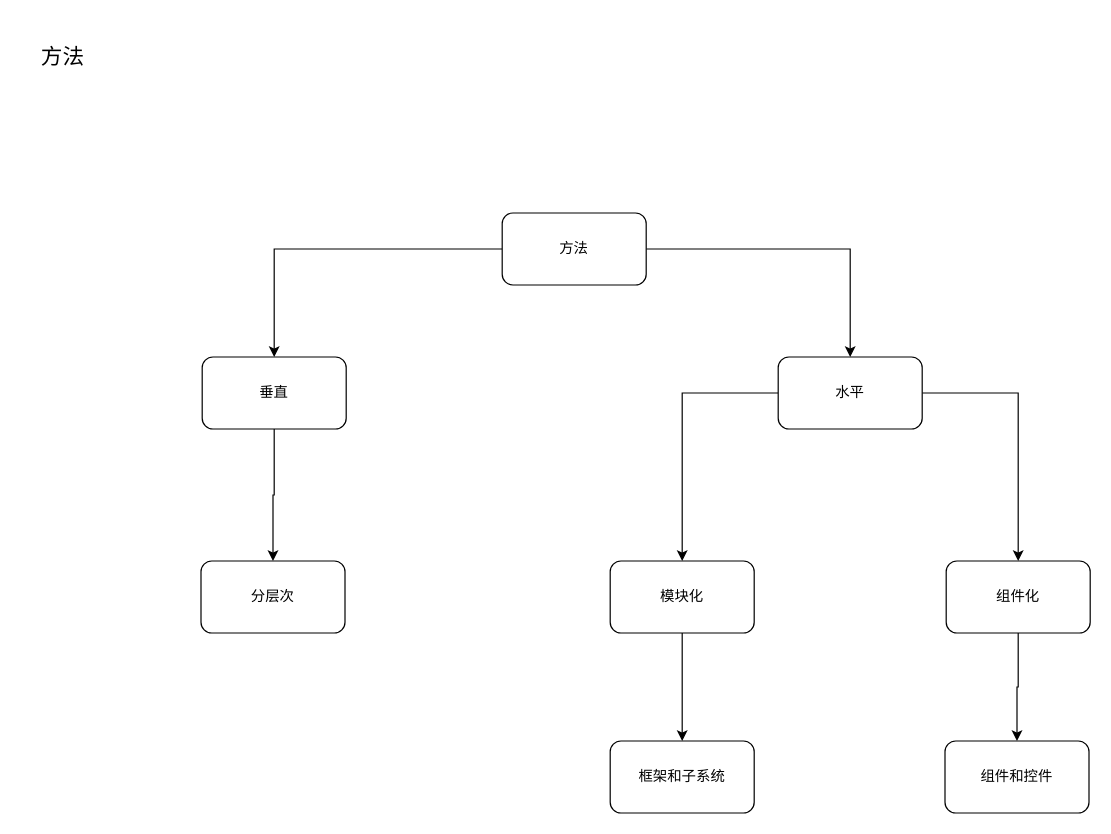
Above: page "第 2 页" (3 of 5) of architecture.drawio in cer-cer/notes (draw.io), before the change. Source tidied: cells renumbered, new cells numbered last; positions are measured from the earlier drawing's top-left corner, leaving out a move shared by most shapes. Both pictures are drawn from the tidied source at 120%, with x=0, y=0 at pixel (20, 20).
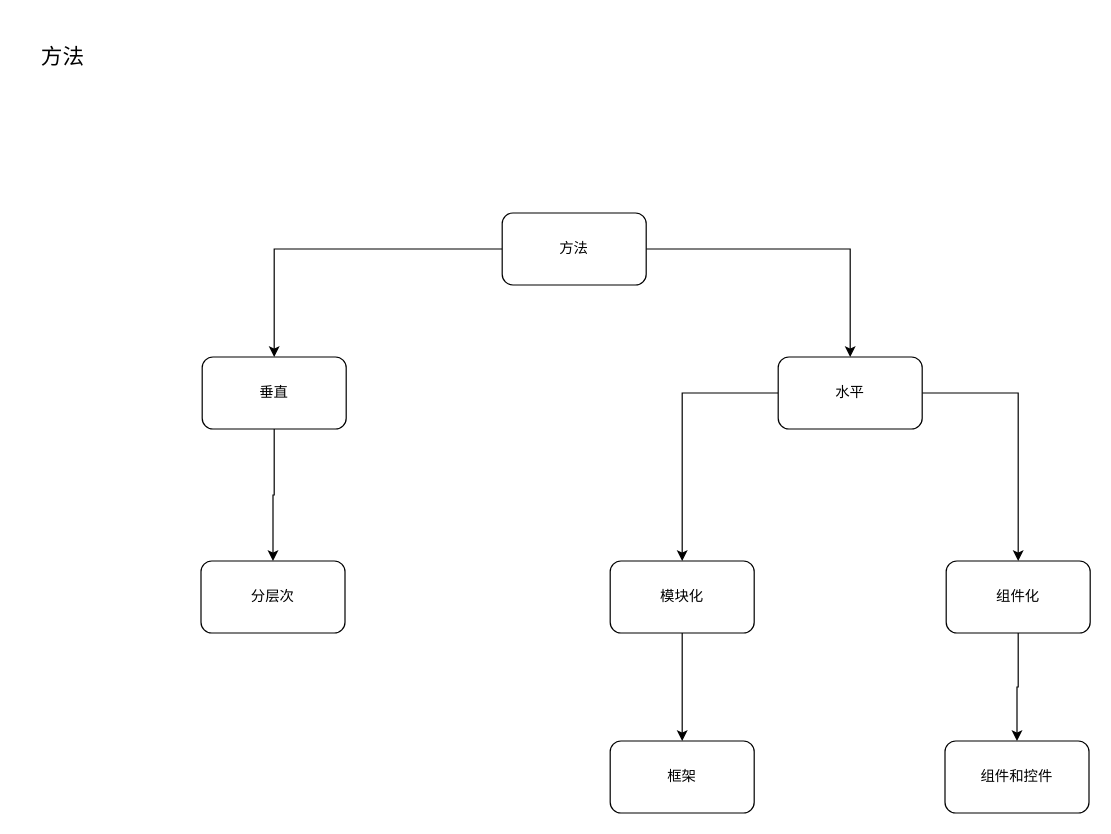
The same diagram, later.

Change to the diagram source:
```diff
@@
 <mxGraphModel>
   <root>
     <mxCell id="0" />
     <mxCell id="1" parent="0" />
     <mxCell id="2" value="&lt;font style=&quot;font-size: 18px&quot;&gt;方法&lt;/font&gt;" style="text;html=1;strokeColor=none;fillColor=none;align=center;verticalAlign=middle;whiteSpace=wrap;rounded=0;" parent="1" vertex="1">
       <mxGeometry width="70" height="60" as="geometry" />
     </mxCell>
     <mxCell id="3" style="edgeStyle=orthogonalEdgeStyle;rounded=0;jettySize=auto;html=1;entryX=0.5;entryY=0;entryDx=0;entryDy=0;" parent="1" edge="1" source="5" target="7">
       <mxGeometry relative="1" as="geometry" />
     </mxCell>
     <mxCell id="4" style="edgeStyle=orthogonalEdgeStyle;rounded=0;jettySize=auto;html=1;" parent="1" edge="1" source="5" target="10">
       <mxGeometry relative="1" as="geometry" />
     </mxCell>
     <mxCell id="5" value="方法" style="rounded=1;whiteSpace=wrap;html=1;" parent="1" vertex="1">
       <mxGeometry x="401" y="160" width="120" height="60" as="geometry" />
     </mxCell>
     <mxCell id="6" style="edgeStyle=orthogonalEdgeStyle;rounded=0;jettySize=auto;html=1;entryX=0.5;entryY=0;entryDx=0;entryDy=0;" parent="1" edge="1" source="7" target="11">
       <mxGeometry relative="1" as="geometry" />
     </mxCell>
     <mxCell id="7" value="垂直" style="rounded=1;whiteSpace=wrap;html=1;" parent="1" vertex="1">
       <mxGeometry x="151" y="280" width="120" height="60" as="geometry" />
     </mxCell>
     <mxCell id="8" style="edgeStyle=orthogonalEdgeStyle;rounded=0;jettySize=auto;html=1;entryX=0.5;entryY=0;entryDx=0;entryDy=0;" parent="1" edge="1" source="10" target="13">
       <mxGeometry relative="1" as="geometry" />
     </mxCell>
     <mxCell id="9" style="edgeStyle=orthogonalEdgeStyle;rounded=0;jettySize=auto;html=1;entryX=0.5;entryY=0;entryDx=0;entryDy=0;" parent="1" edge="1" source="10" target="15">
       <mxGeometry relative="1" as="geometry" />
     </mxCell>
     <mxCell id="10" value="水平" style="rounded=1;whiteSpace=wrap;html=1;" parent="1" vertex="1">
       <mxGeometry x="631" y="280" width="120" height="60" as="geometry" />
     </mxCell>
     <mxCell id="11" value="分层次" style="rounded=1;whiteSpace=wrap;html=1;" parent="1" vertex="1">
       <mxGeometry x="150" y="450" width="120" height="60" as="geometry" />
     </mxCell>
     <mxCell id="12" style="edgeStyle=orthogonalEdgeStyle;rounded=0;jettySize=auto;html=1;entryX=0.5;entryY=0;entryDx=0;entryDy=0;" parent="1" edge="1" source="13" target="16">
       <mxGeometry relative="1" as="geometry" />
     </mxCell>
     <mxCell id="13" value="模块化" style="rounded=1;whiteSpace=wrap;html=1;" parent="1" vertex="1">
       <mxGeometry x="491" y="450" width="120" height="60" as="geometry" />
     </mxCell>
     <mxCell id="14" style="edgeStyle=orthogonalEdgeStyle;rounded=0;jettySize=auto;html=1;" parent="1" edge="1" source="15" target="17">
       <mxGeometry relative="1" as="geometry" />
     </mxCell>
     <mxCell id="15" value="组件化" style="rounded=1;whiteSpace=wrap;html=1;" parent="1" vertex="1">
       <mxGeometry x="771" y="450" width="120" height="60" as="geometry" />
     </mxCell>
-    <mxCell id="16" value="框架和子系统" style="rounded=1;whiteSpace=wrap;html=1;" parent="1" vertex="1">
+    <mxCell id="16" value="框架" style="rounded=1;whiteSpace=wrap;html=1;" parent="1" vertex="1">
       <mxGeometry x="491" y="600" width="120" height="60" as="geometry" />
     </mxCell>
     <mxCell id="17" value="组件和控件" style="rounded=1;whiteSpace=wrap;html=1;" parent="1" vertex="1">
       <mxGeometry x="770" y="600" width="120" height="60" as="geometry" />
     </mxCell>
   </root>
 </mxGraphModel>
```
